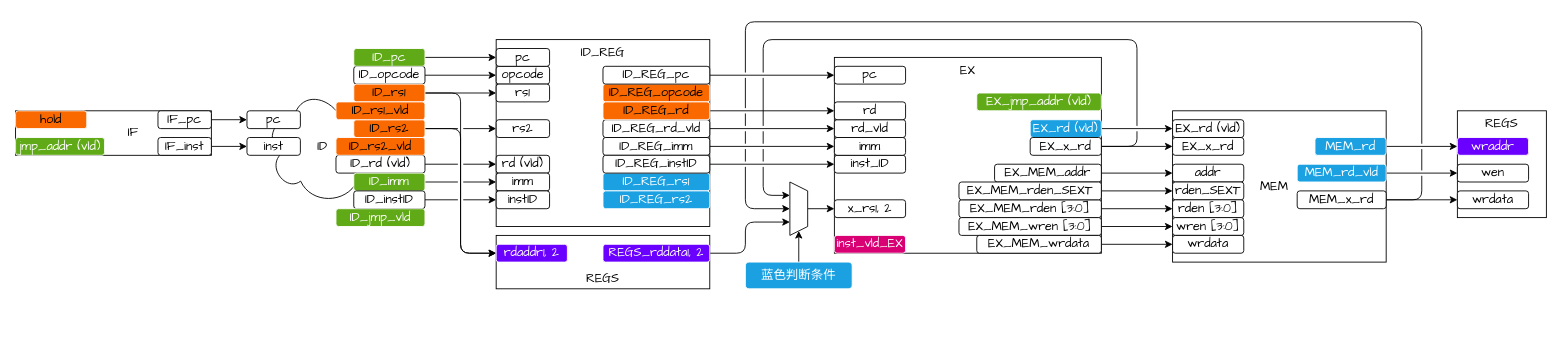
This is doc/drawio.drawio from DuBirdFly/RV32, a draw.io file, before an edit. Source tidied: cells renumbered, new cells numbered last; positions are measured from the earlier drawing's top-left corner, leaving out a move shared by most shapes. Both pictures are drawn from the tidied source at 89%, with x=0, y=0 at pixel (15, 21).
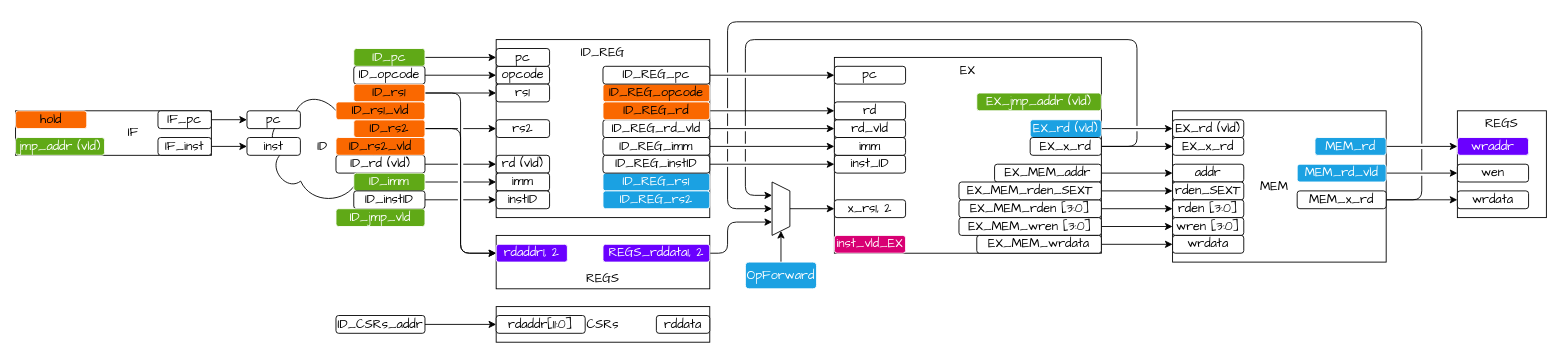
The same diagram, later.

Unchanged cells that the change refers to:
```xml
<mxCell id="63" value="EX_x_rd" style="rounded=1;whiteSpace=wrap;html=1;labelBorderColor=none;fontSize=14;fontFamily=Comic Sans MS;" parent="1" vertex="1">
  <mxGeometry x="1140" y="130" width="80" height="20" as="geometry" />
</mxCell>
<mxCell id="92" value="MEM_x_rd" style="rounded=1;whiteSpace=wrap;html=1;labelBorderColor=none;fontSize=14;fontFamily=Comic Sans MS;" parent="1" vertex="1">
  <mxGeometry x="1440" y="190" width="100" height="20" as="geometry" />
</mxCell>
<mxCell id="101" value="REGS_rddata1, 2" style="rounded=1;whiteSpace=wrap;html=1;labelBorderColor=none;fontSize=14;fontFamily=Comic Sans MS;fillColor=#6a00ff;fontColor=#ffffff;strokeColor=#FFFFFF;" parent="1" vertex="1">
  <mxGeometry x="660" y="250" width="120" height="20" as="geometry" />
</mxCell>
```

Diff of the diagram source:
```diff
@@
     <mxCell id="4" value="ID_REG" style="rounded=0;whiteSpace=wrap;html=1;fontFamily=Comic Sans MS;fontSize=14;verticalAlign=top;" parent="1" vertex="1">
-      <mxGeometry x="540" y="20" width="240" height="210" as="geometry" />
+      <mxGeometry x="540" y="20" width="240" height="200" as="geometry" />
     </mxCell>
@@
     <mxCell id="51" style="shape=trapezoid;perimeter=trapezoidPerimeter;whiteSpace=wrap;html=1;fixedSize=1;rounded=0;fontFamily=Comic Sans MS;fontSize=14;direction=south;size=10;" parent="1" vertex="1">
-      <mxGeometry x="870" y="180" width="20" height="60" as="geometry" />
+      <mxGeometry x="850" y="180" width="20" height="60" as="geometry" />
     </mxCell>
@@
     <mxCell id="62" style="edgeStyle=orthogonalEdgeStyle;jumpStyle=gap;html=1;exitX=1;exitY=0.5;exitDx=0;exitDy=0;entryX=0.25;entryY=1;entryDx=0;entryDy=0;" parent="1" edge="1" source="63" target="51">
       <mxGeometry relative="1" as="geometry">
         <Array as="points">
           <mxPoint x="1260" y="140" />
           <mxPoint x="1260" y="20" />
-          <mxPoint x="840" y="20" />
-          <mxPoint x="840" y="195" />
+          <mxPoint x="820" y="20" />
+          <mxPoint x="820" y="195" />
         </Array>
       </mxGeometry>
     </mxCell>
@@
     <mxCell id="91" style="edgeStyle=orthogonalEdgeStyle;jumpStyle=gap;html=1;exitX=1;exitY=0.5;exitDx=0;exitDy=0;entryX=0.5;entryY=1;entryDx=0;entryDy=0;" parent="1" edge="1" source="92" target="51">
       <mxGeometry relative="1" as="geometry">
         <Array as="points">
           <mxPoint x="1580" y="200" />
           <mxPoint x="1580" />
-          <mxPoint x="820" />
-          <mxPoint x="820" y="210" />
+          <mxPoint x="800" />
+          <mxPoint x="800" y="210" />
         </Array>
       </mxGeometry>
     </mxCell>
@@
-    <mxCell id="98" value="蓝色判断条件" style="rounded=1;whiteSpace=wrap;html=1;labelBorderColor=none;fontSize=14;fontFamily=Comic Sans MS;fillColor=#1ba1e2;fontColor=#ffffff;strokeColor=#FFFFFF;" parent="1" vertex="1">
-      <mxGeometry x="820" y="270" width="120" height="30" as="geometry" />
+    <mxCell id="98" value="OpForward" style="rounded=1;whiteSpace=wrap;html=1;labelBorderColor=none;fontSize=14;fontFamily=Comic Sans MS;fillColor=#1ba1e2;fontColor=#ffffff;strokeColor=#FFFFFF;" parent="1" vertex="1">
+      <mxGeometry x="820" y="270" width="80" height="30" as="geometry" />
     </mxCell>
@@
     <mxCell id="100" style="edgeStyle=orthogonalEdgeStyle;jumpStyle=gap;html=1;exitX=1;exitY=0.5;exitDx=0;exitDy=0;entryX=0.75;entryY=1;entryDx=0;entryDy=0;" parent="1" edge="1" source="101" target="51">
       <mxGeometry relative="1" as="geometry">
         <Array as="points">
-          <mxPoint x="820" y="260" />
-          <mxPoint x="820" y="225" />
+          <mxPoint x="800" y="260" />
+          <mxPoint x="800" y="225" />
         </Array>
       </mxGeometry>
     </mxCell>
@@
+    <mxCell id="103" value="CSRs" style="rounded=0;whiteSpace=wrap;html=1;fontFamily=Comic Sans MS;fontSize=14;verticalAlign=middle;" parent="1" vertex="1">
+      <mxGeometry x="540" y="320" width="240" height="40" as="geometry" />
+    </mxCell>
+    <mxCell id="104" value="rdaddr[11:0]" style="rounded=1;whiteSpace=wrap;html=1;labelBorderColor=none;fontSize=14;fontFamily=Comic Sans MS;" parent="1" vertex="1">
+      <mxGeometry x="540" y="330" width="100" height="20" as="geometry" />
+    </mxCell>
+    <mxCell id="105" value="rddata" style="rounded=1;whiteSpace=wrap;html=1;labelBorderColor=none;fontSize=14;fontFamily=Comic Sans MS;" parent="1" vertex="1">
+      <mxGeometry x="720" y="330" width="60" height="20" as="geometry" />
+    </mxCell>
+    <mxCell id="106" style="edgeStyle=orthogonalEdgeStyle;html=1;exitX=1;exitY=0.5;exitDx=0;exitDy=0;entryX=0;entryY=0.5;entryDx=0;entryDy=0;" parent="1" edge="1" source="107" target="104">
+      <mxGeometry relative="1" as="geometry" />
+    </mxCell>
+    <mxCell id="107" value="ID_CSRs_addr" style="rounded=1;whiteSpace=wrap;html=1;labelBorderColor=none;fontSize=14;fontFamily=Comic Sans MS;" parent="1" vertex="1">
+      <mxGeometry x="360" y="330" width="100" height="20" as="geometry" />
+    </mxCell>
```
